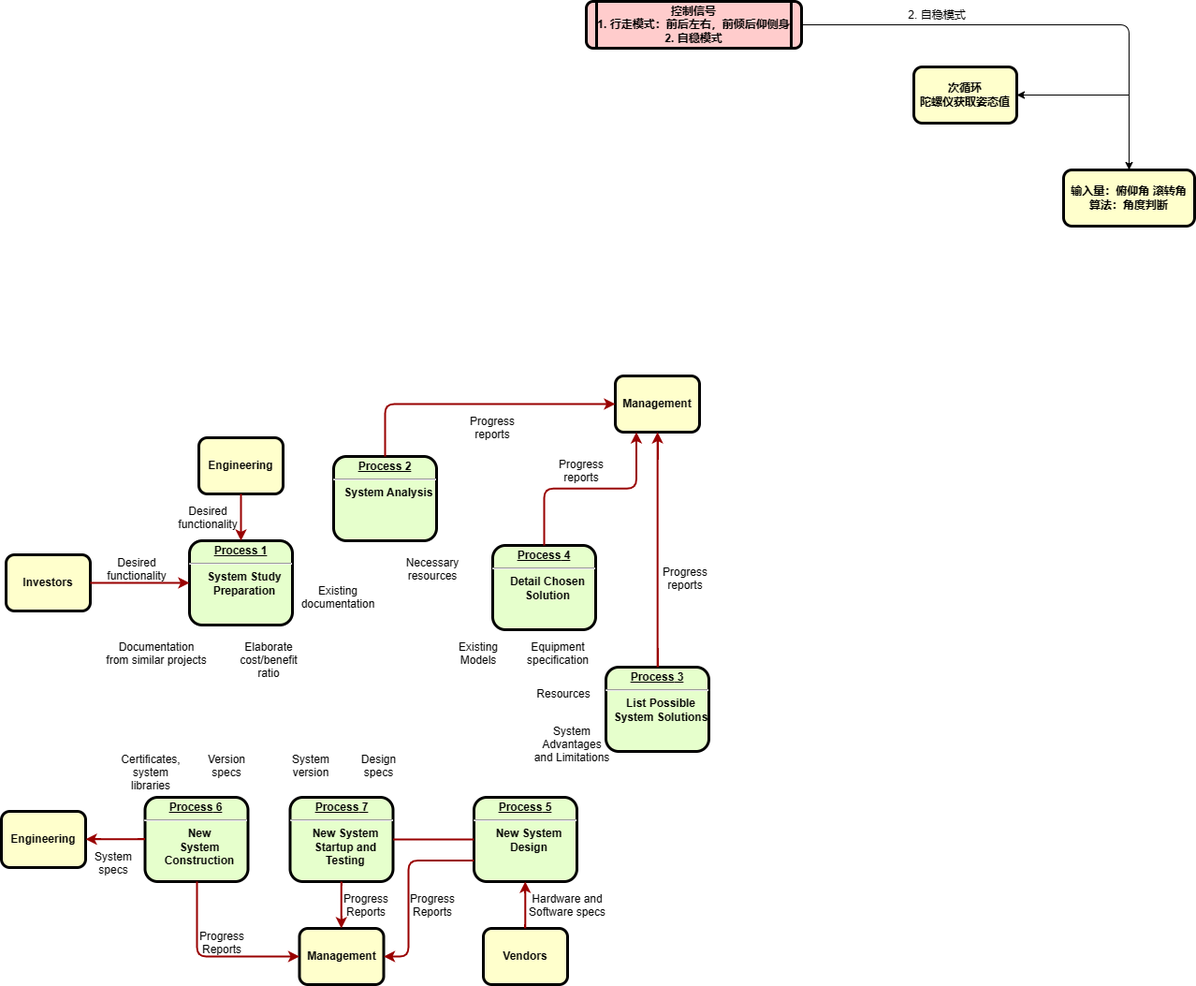
Earlier version of the draw.io export 机器人总体流程.drawio.png (KAZAMA-DREAM/picture). Source tidied: cells renumbered, new cells last; positions are measured from the earlier drawing's top-left corner, leaving out a move shared by most shapes.
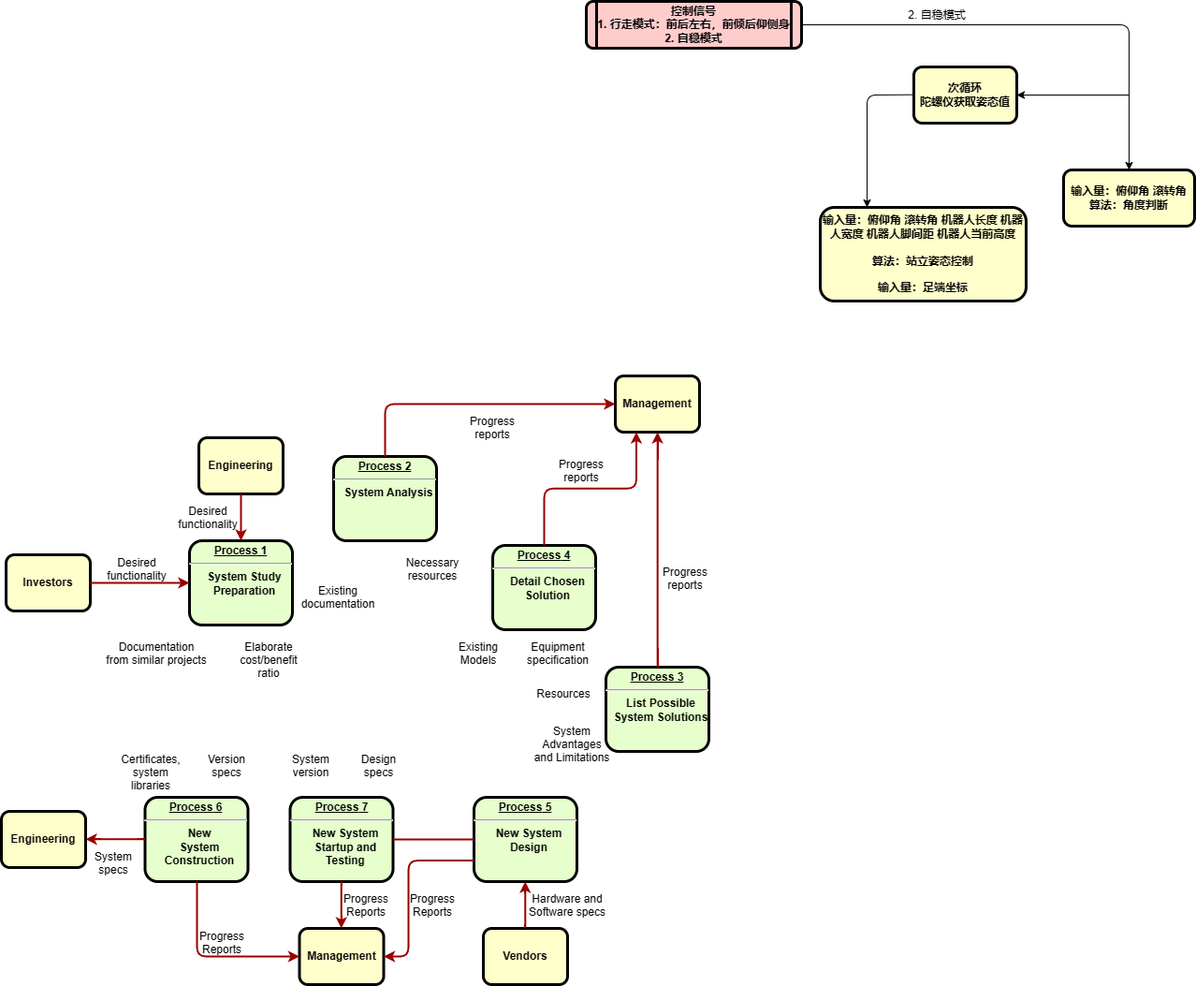
Later version of the same file.

Commit message:
更新机器人总体流程.drawio.png

Change to the diagram source:
```diff
@@ -175,5 +175,17 @@
     <mxCell id="53" value="次循环&#10;陀螺仪获取姿态值" style="whiteSpace=wrap;align=center;verticalAlign=middle;fontStyle=1;strokeWidth=3;fillColor=#FFFFCC;rounded=1;" parent="1" vertex="1">
       <mxGeometry x="975" y="70" width="110" height="60" as="geometry" />
     </mxCell>
+    <mxCell id="54" style="endArrow=classic;html=1;rounded=1;" parent="1" edge="1">
+      <mxGeometry relative="1" as="geometry">
+        <mxPoint x="975" y="99.7" as="sourcePoint" />
+        <mxPoint x="925" y="220" as="targetPoint" />
+        <Array as="points">
+          <mxPoint x="925" y="100" />
+        </Array>
+      </mxGeometry>
+    </mxCell>
+    <mxCell id="55" value="输入量：俯仰角 滚转角 机器人长度 机器人宽度 机器人脚间距 机器人当前高度&#10;&#10;算法：站立姿态控制&#10;&#10;输入量：足端坐标" style="whiteSpace=wrap;align=center;verticalAlign=middle;fontStyle=1;strokeWidth=3;fillColor=#FFFFCC;rounded=1;" parent="1" vertex="1">
+      <mxGeometry x="875" y="220" width="220" height="100" as="geometry" />
+    </mxCell>
   </root>
 </mxGraphModel>
```
